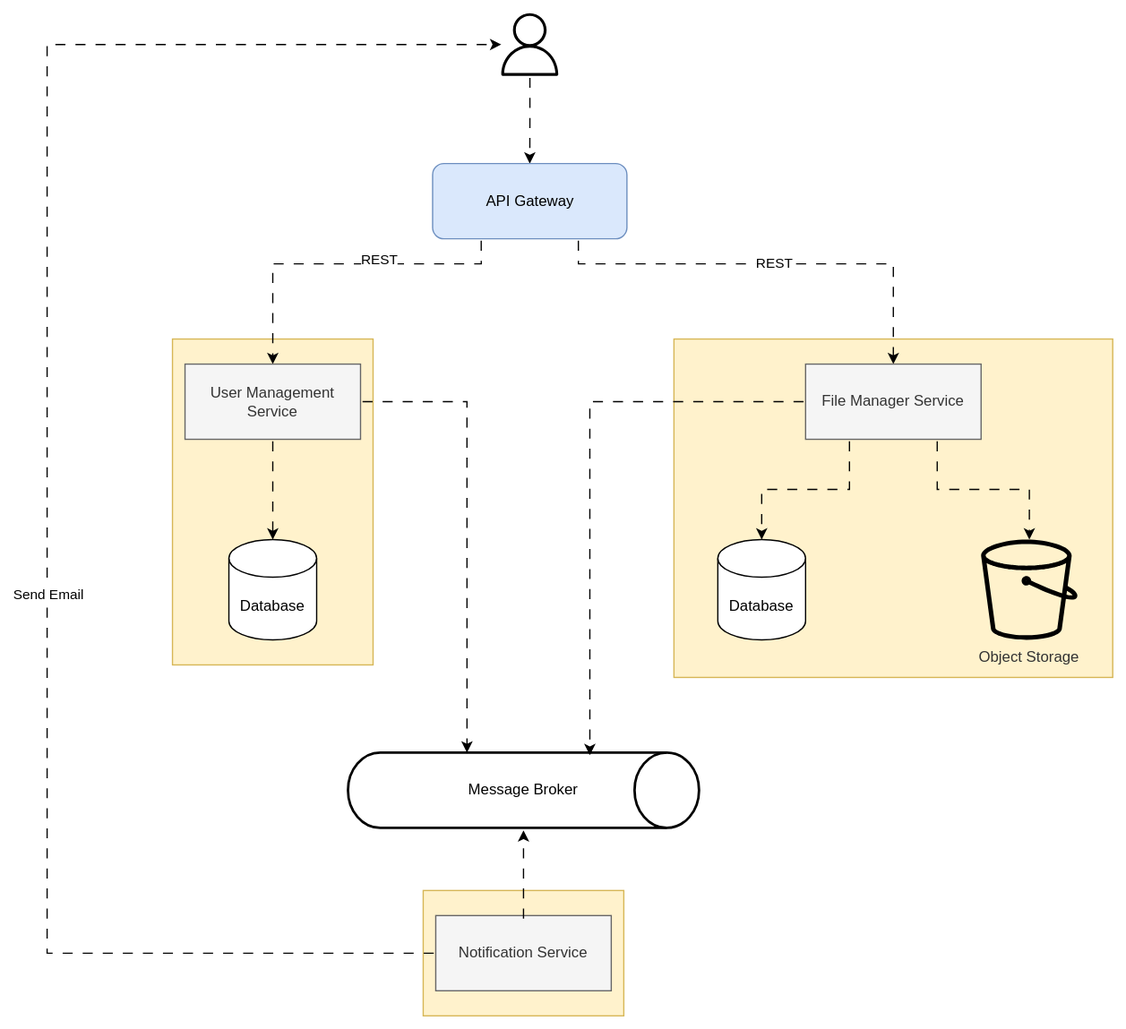
eduardogomesf/my-album keeps this draw.io diagram as @docs/high-level-system-design.svg. Above is the earlier version. Source tidied: cells renumbered, new cells last; positions are measured from the earlier drawing's top-left corner, leaving out a move shared by most shapes.
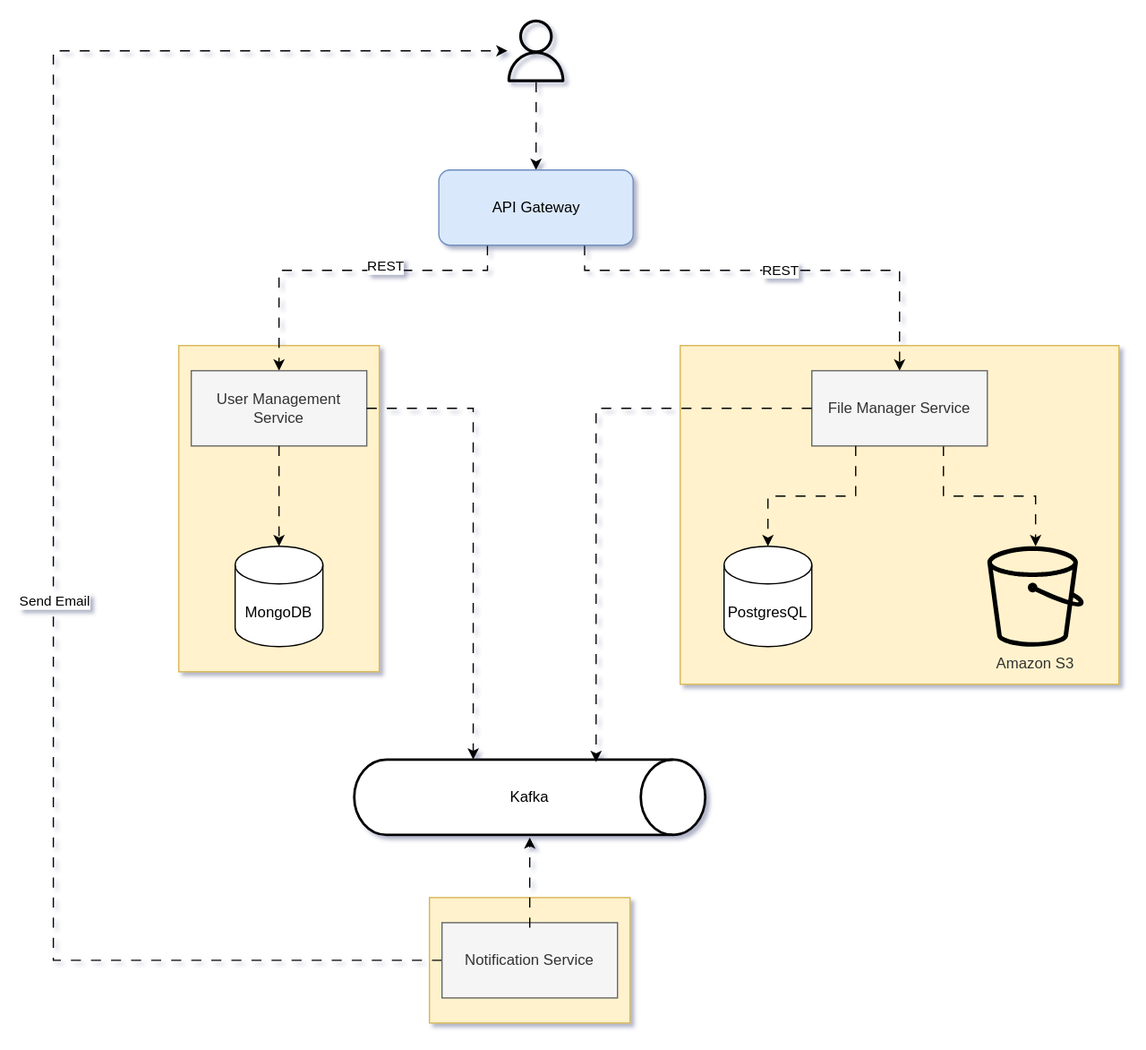
After the change.

Commit message:
docs: add new version of system design svg

Change to the diagram source:
```diff
@@ -42,7 +42,7 @@
     <mxCell id="11" value="User Management Service" style="rounded=0;whiteSpace=wrap;html=1;fillColor=#f5f5f5;fontColor=#333333;strokeColor=#666666;" parent="1" vertex="1">
       <mxGeometry x="110" y="280" width="140" height="60" as="geometry" />
     </mxCell>
-    <mxCell id="12" value="Database" style="shape=cylinder3;whiteSpace=wrap;html=1;boundedLbl=1;backgroundOutline=1;size=15;" parent="1" vertex="1">
+    <mxCell id="12" value="MongoDB" style="shape=cylinder3;whiteSpace=wrap;html=1;boundedLbl=1;backgroundOutline=1;size=15;" parent="1" vertex="1">
       <mxGeometry x="145" y="420" width="70" height="80" as="geometry" />
     </mxCell>
     <mxCell id="13" style="edgeStyle=orthogonalEdgeStyle;rounded=0;jettySize=auto;html=1;exitX=0.5;exitY=1;exitDx=0;exitDy=0;entryX=0.5;entryY=0;entryDx=0;entryDy=0;entryPerimeter=0;flowAnimation=1;" parent="1" edge="1" source="11" target="12">
@@ -54,16 +54,16 @@
     <mxCell id="15" value="File Manager Service" style="rounded=0;whiteSpace=wrap;html=1;fillColor=#f5f5f5;fontColor=#333333;strokeColor=#666666;" parent="1" vertex="1">
       <mxGeometry x="605" y="280" width="140" height="60" as="geometry" />
     </mxCell>
-    <mxCell id="16" value="&lt;p style=&quot;line-height: 120%;&quot;&gt;&lt;font face=&quot;Helvetica&quot;&gt;Database&lt;/font&gt;&lt;/p&gt;" style="shape=cylinder3;whiteSpace=wrap;html=1;boundedLbl=1;backgroundOutline=1;size=15;align=center;" parent="1" vertex="1">
+    <mxCell id="16" value="&lt;p style=&quot;line-height: 120%;&quot;&gt;PostgresQL&lt;/p&gt;" style="shape=cylinder3;whiteSpace=wrap;html=1;boundedLbl=1;backgroundOutline=1;size=15;align=center;" parent="1" vertex="1">
       <mxGeometry x="535" y="420" width="70" height="80" as="geometry" />
     </mxCell>
     <mxCell id="17" style="edgeStyle=orthogonalEdgeStyle;rounded=0;jettySize=auto;html=1;entryX=0.5;entryY=0;entryDx=0;entryDy=0;entryPerimeter=0;flowAnimation=1;exitX=0.25;exitY=1;exitDx=0;exitDy=0;" parent="1" edge="1" source="15" target="16">
       <mxGeometry relative="1" as="geometry" />
     </mxCell>
-    <mxCell id="18" value="Object Storage" style="sketch=0;outlineConnect=0;dashed=0;verticalLabelPosition=bottom;verticalAlign=top;align=center;html=1;fontSize=12;fontStyle=0;shape=mxgraph.aws4.bucket;fillColor=#000000;strokeColor=#666666;fontColor=#333333;" parent="1" vertex="1">
+    <mxCell id="18" value="Amazon S3" style="sketch=0;outlineConnect=0;dashed=0;verticalLabelPosition=bottom;verticalAlign=top;align=center;html=1;fontSize=12;fontStyle=0;shape=mxgraph.aws4.bucket;fillColor=#000000;strokeColor=#666666;fontColor=#333333;" parent="1" vertex="1">
       <mxGeometry x="745" y="420" width="76.9" height="80" as="geometry" />
     </mxCell>
-    <mxCell id="19" value="Message Broker&lt;br&gt;" style="strokeWidth=2;html=1;shape=mxgraph.flowchart.direct_data;whiteSpace=wrap;" parent="1" vertex="1">
+    <mxCell id="19" value="Kafka" style="strokeWidth=2;html=1;shape=mxgraph.flowchart.direct_data;whiteSpace=wrap;" parent="1" vertex="1">
       <mxGeometry x="240" y="590" width="280" height="60" as="geometry" />
     </mxCell>
     <mxCell id="20" style="edgeStyle=orthogonalEdgeStyle;rounded=0;jettySize=auto;html=1;exitX=1;exitY=0.5;exitDx=0;exitDy=0;entryX=0.339;entryY=0;entryDx=0;entryDy=0;entryPerimeter=0;flowAnimation=1;" parent="1" edge="1" source="11" target="19">
```
